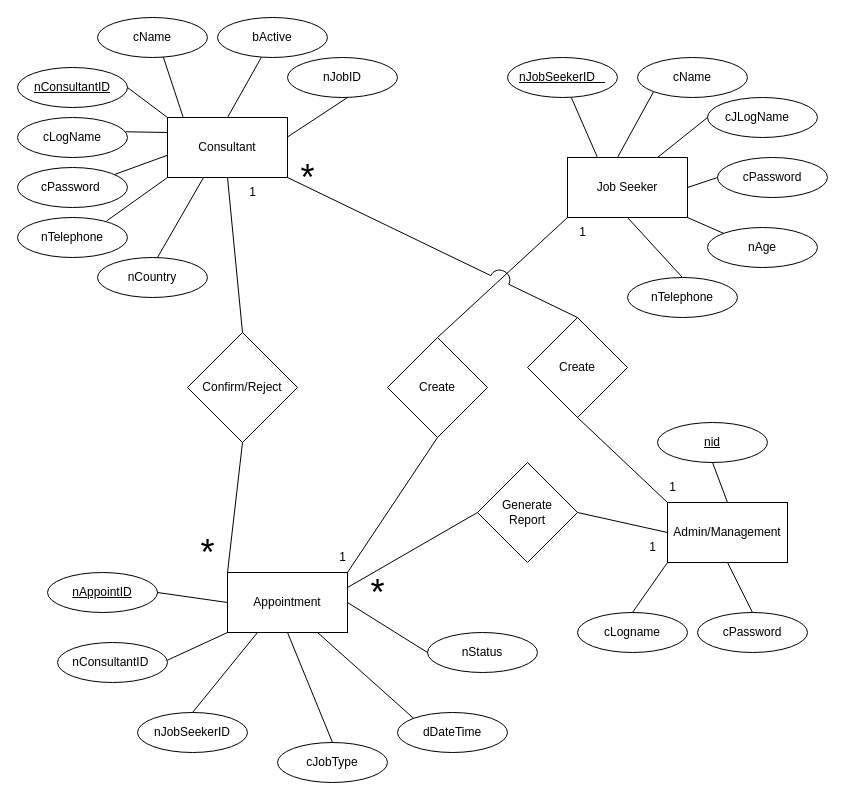
Before: page "ER Diagram" (1 of 3) of Untitled Diagram.drawio in danujaysl/CourseworkADPRG, a draw.io diagram. Source tidied: cells renumbered, new cells numbered last; positions are measured from the earlier drawing's top-left corner, leaving out a move shared by most shapes. Both pictures are drawn from the tidied source at 100%, with x=0, y=0 at pixel (17, 17).
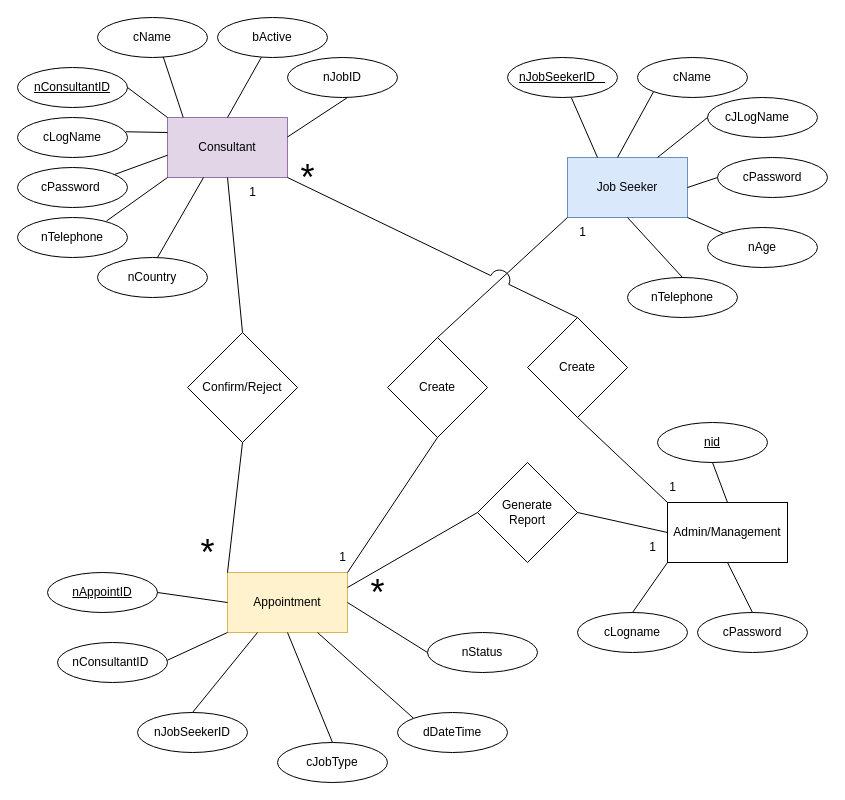
The same diagram, later.

What changed in the source:
```diff
@@
-    <mxCell id="2" value="Consultant" style="rounded=0;whiteSpace=wrap;html=1;" parent="1" vertex="1">
+    <mxCell id="2" value="Consultant" style="rounded=0;whiteSpace=wrap;html=1;fillColor=#e1d5e7;strokeColor=#9673a6;" parent="1" vertex="1">
       <mxGeometry x="150" y="100" width="120" height="60" as="geometry" />
     </mxCell>
-    <mxCell id="3" value="Job Seeker" style="rounded=0;whiteSpace=wrap;html=1;" parent="1" vertex="1">
+    <mxCell id="3" value="Job Seeker" style="rounded=0;whiteSpace=wrap;html=1;fillColor=#dae8fc;strokeColor=#6c8ebf;" parent="1" vertex="1">
       <mxGeometry x="550" y="140" width="120" height="60" as="geometry" />
     </mxCell>
-    <mxCell id="4" value="Appointment" style="rounded=0;whiteSpace=wrap;html=1;" parent="1" vertex="1">
+    <mxCell id="4" value="Appointment" style="rounded=0;whiteSpace=wrap;html=1;fillColor=#fff2cc;strokeColor=#d6b656;" parent="1" vertex="1">
       <mxGeometry x="210" y="555" width="120" height="60" as="geometry" />
     </mxCell>
```
